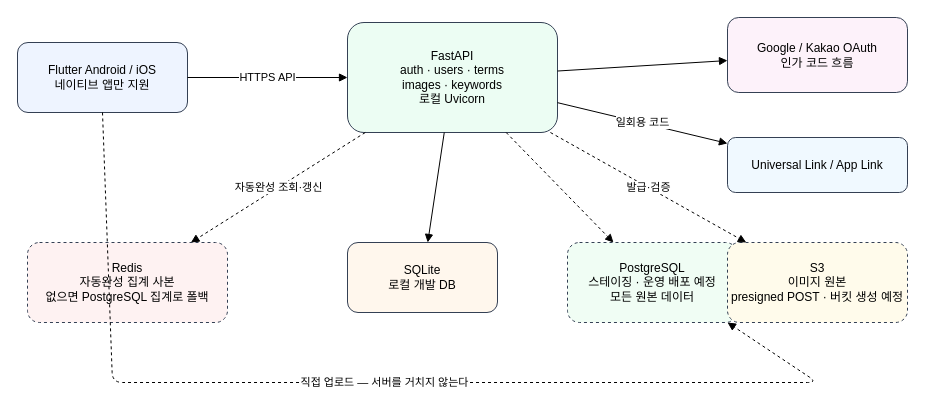
The draw.io diagram docs/architecture/current.drawio in mogacko/mogakco-api, before the edit. Source tidied: cells renumbered, new cells numbered last; positions are measured from the earlier drawing's top-left corner, leaving out a move shared by most shapes. Both pictures are drawn from the tidied source at 100%, with x=0, y=0 at pixel (17, 17).
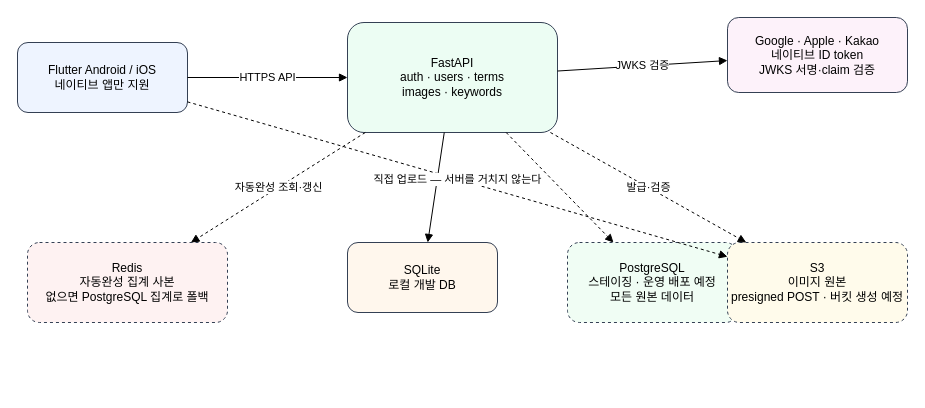
The same diagram, later.

Commit message (it also covers changes not shown here):
refactor(auth): remove app link OAuth flow

What changed in the source:
```diff
@@
 <mxGraphModel>
   <root>
     <mxCell id="0" />
     <mxCell id="1" parent="0" />
     <mxCell id="2" value="Flutter Android / iOS&#10;네이티브 앱만 지원" style="rounded=1;whiteSpace=wrap;html=1;fillColor=#eef4ff;strokeColor=#344054;" parent="1" vertex="1">
       <mxGeometry y="25" width="170" height="70" as="geometry" />
     </mxCell>
-    <mxCell id="3" value="FastAPI&#10;auth · users · terms&#10;images · keywords&#10;로컬 Uvicorn" style="rounded=1;whiteSpace=wrap;html=1;fillColor=#ecfdf3;strokeColor=#344054;" parent="1" vertex="1">
+    <mxCell id="3" value="FastAPI&#10;auth · users · terms&#10;images · keywords" style="rounded=1;whiteSpace=wrap;html=1;fillColor=#ecfdf3;strokeColor=#344054;" parent="1" vertex="1">
       <mxGeometry x="330" y="5" width="210" height="110" as="geometry" />
     </mxCell>
+    <mxCell id="18" value="Google · Apple · Kakao&#10;네이티브 ID token&#10;JWKS 서명·claim 검증" style="rounded=1;whiteSpace=wrap;html=1;fillColor=#fdf2fa;strokeColor=#344054;" parent="1" vertex="1">
+      <mxGeometry x="710" width="180" height="75" as="geometry" />
+    </mxCell>
     <mxCell id="4" value="Redis&#10;자동완성 집계 사본&#10;없으면 PostgreSQL 집계로 폴백" style="rounded=1;whiteSpace=wrap;html=1;fillColor=#fef2f2;strokeColor=#344054;dashed=1;" parent="1" vertex="1">
       <mxGeometry x="10" y="225" width="200" height="80" as="geometry" />
     </mxCell>
     <mxCell id="5" value="SQLite&#10;로컬 개발 DB" style="rounded=1;whiteSpace=wrap;html=1;fillColor=#fff7ed;strokeColor=#344054;" parent="1" vertex="1">
       <mxGeometry x="330" y="225" width="150" height="70" as="geometry" />
     </mxCell>
     <mxCell id="6" value="PostgreSQL&#10;스테이징 · 운영 배포 예정&#10;모든 원본 데이터" style="rounded=1;whiteSpace=wrap;html=1;fillColor=#f0fdf4;strokeColor=#344054;dashed=1;" parent="1" vertex="1">
       <mxGeometry x="550" y="225" width="170" height="80" as="geometry" />
     </mxCell>
-    <mxCell id="7" value="Google / Kakao OAuth&#10;인가 코드 흐름" style="rounded=1;whiteSpace=wrap;html=1;fillColor=#fdf2fa;strokeColor=#344054;" parent="1" vertex="1">
-      <mxGeometry x="710" width="180" height="75" as="geometry" />
-    </mxCell>
-    <mxCell id="8" value="Universal Link / App Link" style="rounded=1;whiteSpace=wrap;html=1;fillColor=#f0f9ff;strokeColor=#344054;" parent="1" vertex="1">
-      <mxGeometry x="710" y="120" width="180" height="55" as="geometry" />
-    </mxCell>
     <mxCell id="9" value="S3&#10;이미지 원본&#10;presigned POST · 버킷 생성 예정" style="rounded=1;whiteSpace=wrap;html=1;fillColor=#fffbeb;strokeColor=#344054;dashed=1;" parent="1" vertex="1">
       <mxGeometry x="710" y="225" width="180" height="80" as="geometry" />
     </mxCell>
     <mxCell id="10" value="HTTPS API" style="endArrow=block;html=1;" parent="1" edge="1" source="2" target="3">
       <mxGeometry relative="1" as="geometry" />
     </mxCell>
     <mxCell id="11" style="endArrow=block;html=1;" parent="1" edge="1" source="3" target="5">
       <mxGeometry relative="1" as="geometry" />
     </mxCell>
     <mxCell id="12" style="endArrow=block;html=1;dashed=1;" parent="1" edge="1" source="3" target="6">
       <mxGeometry relative="1" as="geometry" />
     </mxCell>
-    <mxCell id="13" style="endArrow=block;html=1;" parent="1" edge="1" source="3" target="7">
+    <mxCell id="13" value="JWKS 검증" style="endArrow=block;html=1;" parent="1" edge="1" source="3" target="18">
       <mxGeometry relative="1" as="geometry" />
     </mxCell>
-    <mxCell id="14" value="일회용 코드" style="endArrow=block;html=1;" parent="1" edge="1" source="3" target="8">
-      <mxGeometry relative="1" as="geometry" />
-    </mxCell>
     <mxCell id="15" value="자동완성 조회·갱신" style="endArrow=block;html=1;dashed=1;" parent="1" edge="1" source="3" target="4">
       <mxGeometry relative="1" as="geometry" />
     </mxCell>
     <mxCell id="16" value="발급·검증" style="endArrow=block;html=1;dashed=1;" parent="1" edge="1" source="3" target="9">
       <mxGeometry relative="1" as="geometry" />
     </mxCell>
-    <mxCell id="17" value="직접 업로드 — 서버를 거치지 않는다" style="endArrow=block;html=1;dashed=1;exitX=0.5;exitY=1;entryX=0;entryY=1;" parent="1" edge="1" source="2" target="9">
-      <mxGeometry relative="1" as="geometry">
-        <Array as="points">
-          <mxPoint x="95" y="365" />
-          <mxPoint x="800" y="365" />
-        </Array>
-      </mxGeometry>
+    <mxCell id="17" value="직접 업로드 — 서버를 거치지 않는다" style="endArrow=block;html=1;dashed=1;" parent="1" edge="1" source="2" target="9">
+      <mxGeometry relative="1" as="geometry" />
     </mxCell>
   </root>
 </mxGraphModel>
```
